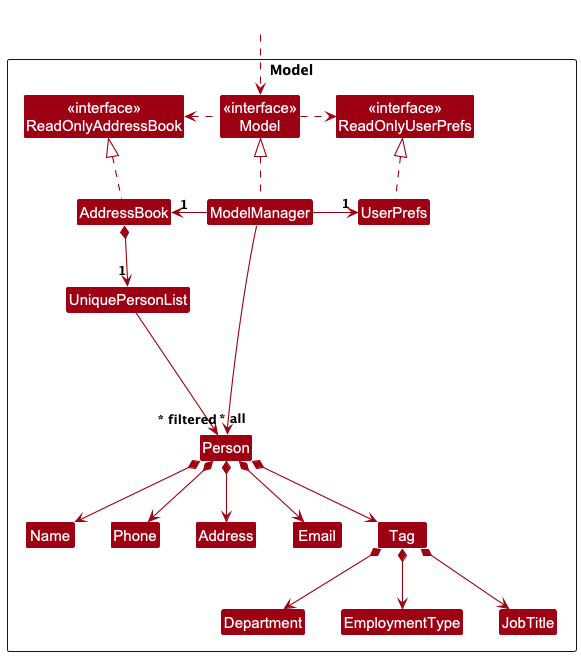
Before: docs/images/ModelClassDiagram.png, a diagram exported from PlantUML (wyongqiing/tp).
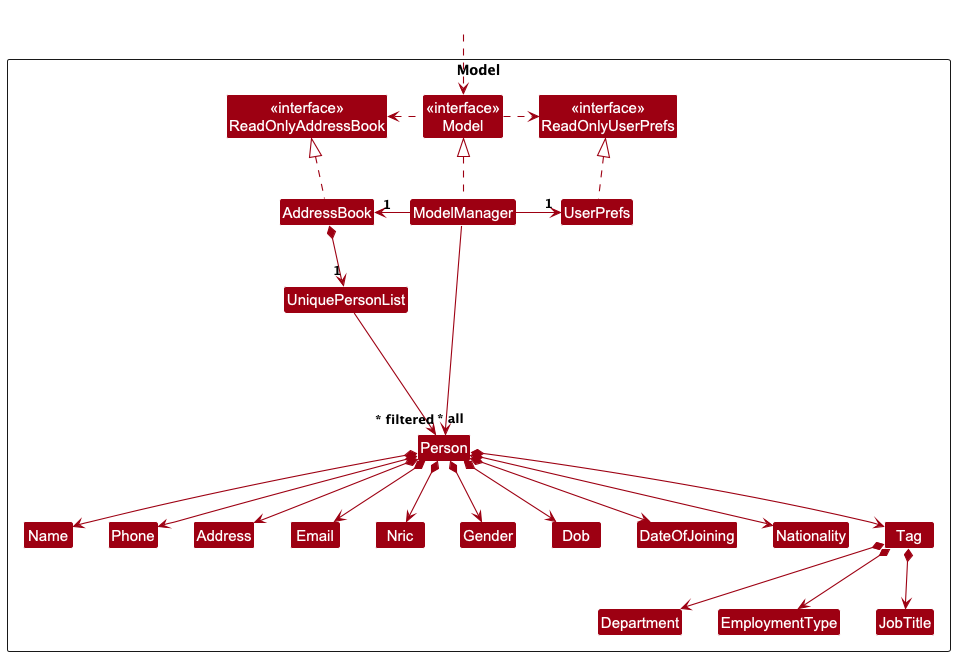
The same diagram one commit later.

Diff of the diagram source:
```diff
@@ -4,7 +4,7 @@
 skinparam arrowColor MODEL_COLOR
 skinparam classBackgroundColor MODEL_COLOR
 
-Package Model as ModelPackage <<Rectangle>>{
+Package "Model" as ModelPackage <<Rectangle>>{
 Class "<<interface>>\nReadOnlyAddressBook" as ReadOnlyAddressBook
 Class "<<interface>>\nReadOnlyUserPrefs" as ReadOnlyUserPrefs
 Class "<<interface>>\nModel" as Model
@@ -16,6 +16,11 @@
 Class Person
 Class Address
 Class Email
+Class Nric
+Class Gender
+Class Dob
+Class DateOfJoining
+Class Nationality
 Class Name
 Class Phone
 Class Tag
@@ -44,6 +49,11 @@
 Person *--> Name
 Person *--> Phone
 Person *--> Email
+Person *--> Nric
+Person *--> Gender
+Person *--> Dob
+Person *--> DateOfJoining
+Person *--> Nationality
 Person *--> Address
 Person *--> Tag
 
```
